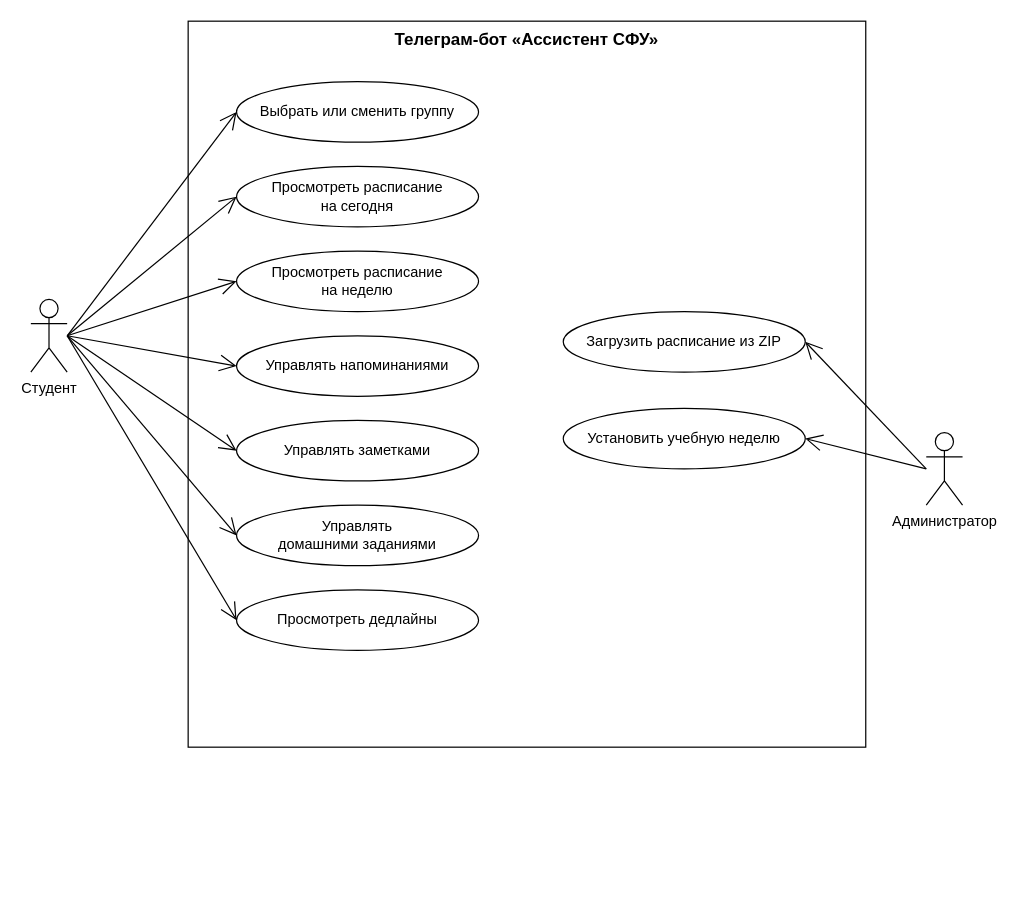
milkissm/telegram-schedule-bot keeps this draw.io diagram as docs/diagrams/use_case.drawio. Above is the earlier version. Source tidied: cells renumbered, new cells numbered last; positions are measured from the earlier drawing's top-left corner, leaving out a move shared by most shapes. Both pictures are drawn from the tidied source at 121%, with x=0, y=0 at pixel (30, 21).
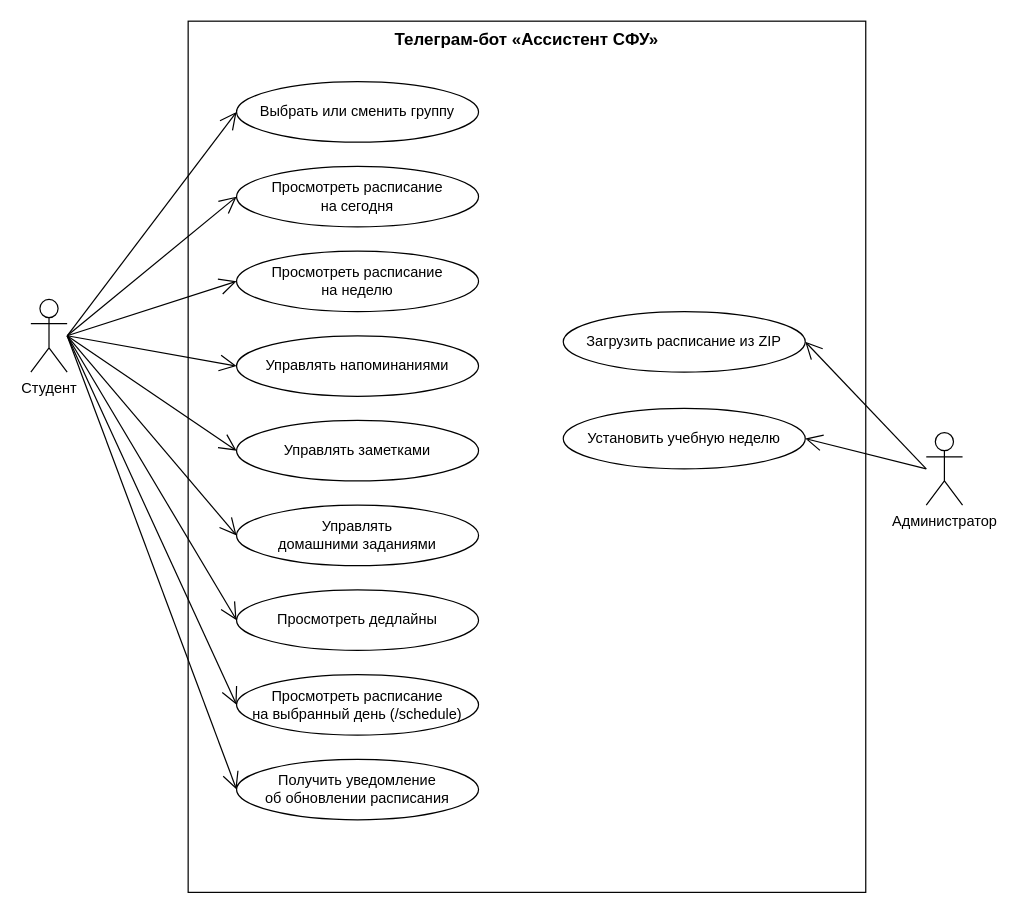
The same diagram, later.

The change refers to these unchanged cells:
```xml
<mxCell id="12" value="Студент" style="shape=umlActor;verticalLabelPosition=bottom;verticalAlign=top;html=1;outlineConnect=0;" parent="1" vertex="1">
  <mxGeometry y="230" width="30" height="60" as="geometry" />
</mxCell>
```

Diff of the diagram source:
```diff
@@
     <mxCell id="2" value="Телеграм-бот «Ассистент СФУ»" style="rounded=0;whiteSpace=wrap;html=1;verticalAlign=top;fontStyle=1;fontSize=14;fillColor=none;strokeColor=#000000;" parent="1" vertex="1">
-      <mxGeometry x="130" width="560" height="600" as="geometry" />
+      <mxGeometry x="130" width="560" height="720" as="geometry" />
     </mxCell>
@@
+    <mxCell id="23" value="Просмотреть расписание&lt;br&gt;на выбранный день (/schedule)" style="ellipse;whiteSpace=wrap;html=1;" parent="1" vertex="1">
+      <mxGeometry x="170" y="540" width="200" height="50" as="geometry" />
+    </mxCell>
+    <mxCell id="24" value="Получить уведомление&lt;br&gt;об обновлении расписания" style="ellipse;whiteSpace=wrap;html=1;" parent="1" vertex="1">
+      <mxGeometry x="170" y="610" width="200" height="50" as="geometry" />
+    </mxCell>
@@
+    <mxCell id="25" style="edgeStyle=none;rounded=0;html=1;endArrow=open;endSize=12;exitX=1;exitY=0.5;exitDx=0;exitDy=0;entryX=0;entryY=0.5;entryDx=0;entryDy=0;" parent="1" edge="1" source="12" target="23">
+      <mxGeometry relative="1" as="geometry" />
+    </mxCell>
+    <mxCell id="26" style="edgeStyle=none;rounded=0;html=1;endArrow=open;endSize=12;exitX=1;exitY=0.5;exitDx=0;exitDy=0;entryX=0;entryY=0.5;entryDx=0;entryDy=0;" parent="1" edge="1" source="12" target="24">
+      <mxGeometry relative="1" as="geometry" />
+    </mxCell>
```
